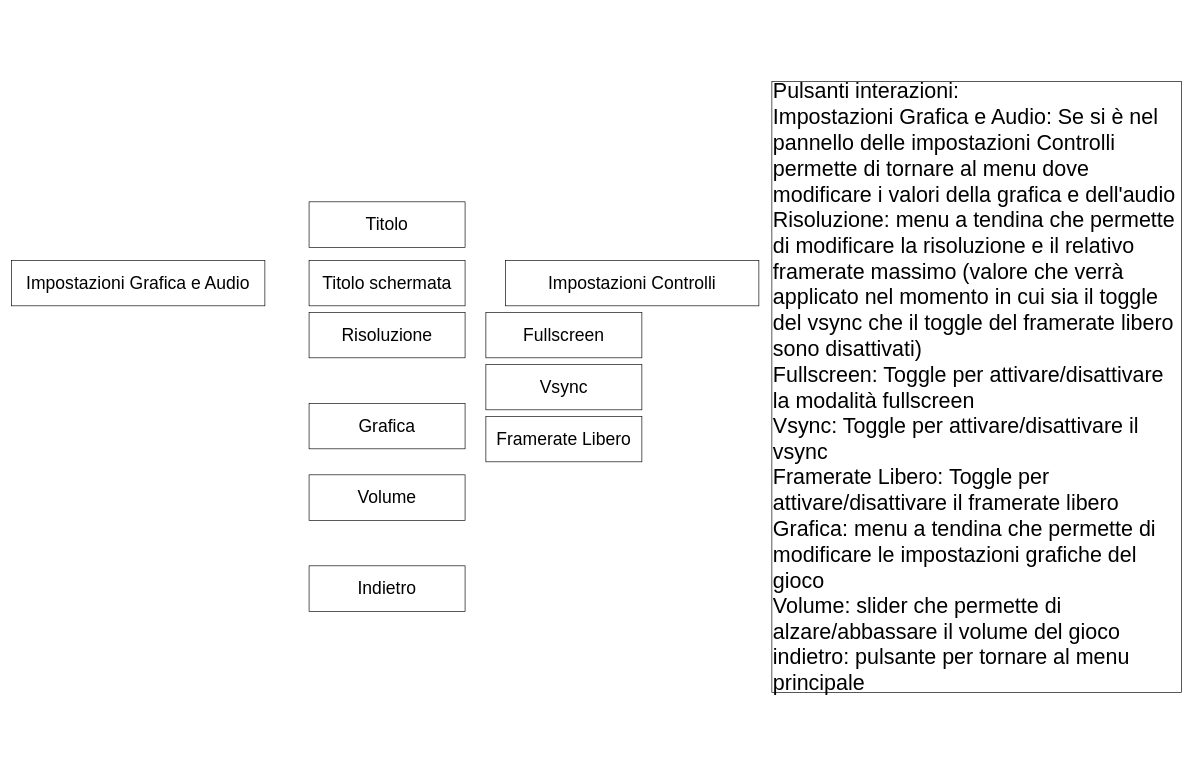
zSavT/Healthy-Catering keeps this draw.io diagram as doc/Progetti Drawio/StoryboardMenuOpzioni.drawio. Above is the earlier version. Source tidied: cells renumbered, new cells numbered last; positions are measured from the earlier drawing's top-left corner, leaving out a move shared by most shapes. Both pictures are drawn from the tidied source at 65%, with x=0, y=0 at pixel (11, 81).
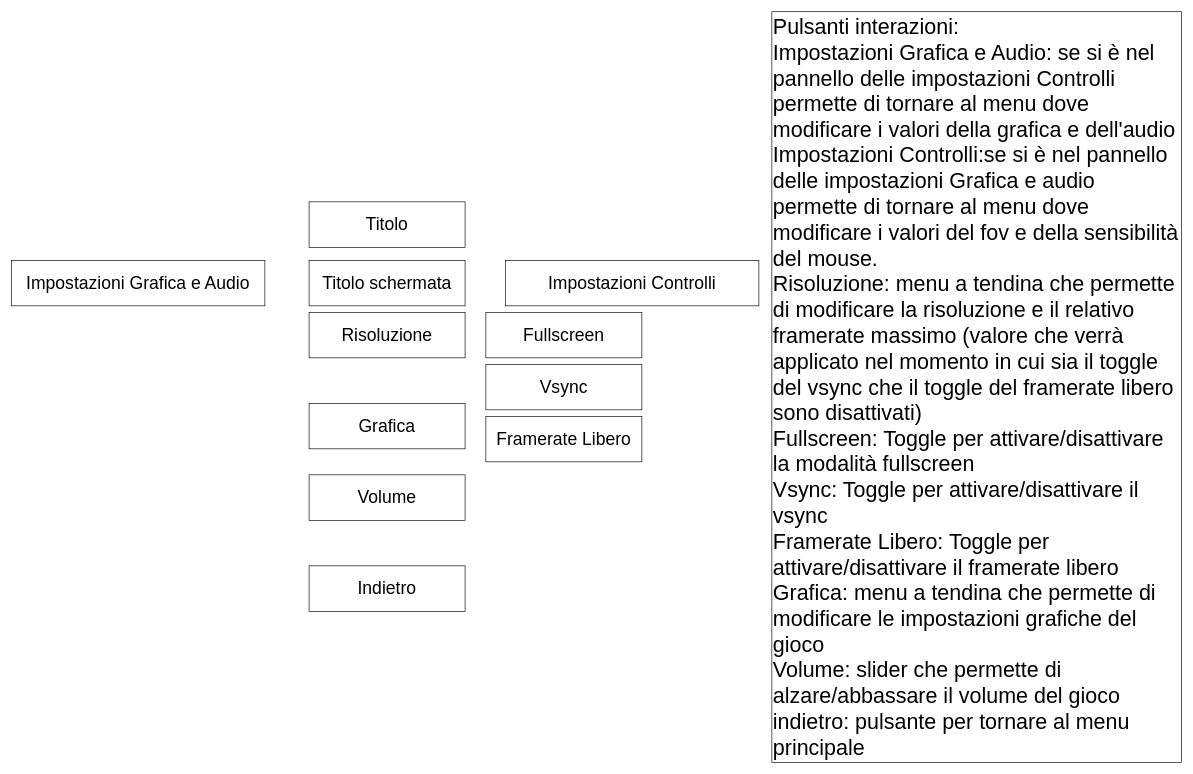
After the change.

Commit message (it also covers changes not shown here):
aggiunto storyboard menu opzioni (Controlli)

Change to the diagram source:
```diff
@@
 <mxGraphModel>
   <root>
     <mxCell id="0" />
     <mxCell id="1" parent="0" />
     <mxCell id="2" value="Impostazioni Grafica e Audio" style="rounded=0;whiteSpace=wrap;html=1;fontSize=27;" parent="1" vertex="1">
       <mxGeometry y="275" width="390" height="70" as="geometry" />
     </mxCell>
     <mxCell id="3" value="Risoluzione" style="rounded=0;whiteSpace=wrap;html=1;fontSize=27;" parent="1" vertex="1">
       <mxGeometry x="458" y="355" width="240" height="70" as="geometry" />
     </mxCell>
     <mxCell id="4" value="Grafica&lt;br&gt;" style="rounded=0;whiteSpace=wrap;html=1;fontSize=27;" parent="1" vertex="1">
       <mxGeometry x="458" y="495" width="240" height="70" as="geometry" />
     </mxCell>
     <mxCell id="5" value="Volume" style="rounded=0;whiteSpace=wrap;html=1;fontSize=27;" parent="1" vertex="1">
       <mxGeometry x="458" y="605" width="240" height="70" as="geometry" />
     </mxCell>
     <mxCell id="6" value="Indietro" style="rounded=0;whiteSpace=wrap;html=1;fontSize=27;" parent="1" vertex="1">
       <mxGeometry x="458" y="745" width="240" height="70" as="geometry" />
     </mxCell>
-    <mxCell id="7" value="&lt;font style=&quot;font-size: 33px;&quot;&gt;Pulsanti interazioni:&lt;br&gt;Impostazioni Grafica e Audio: Se si è nel pannello delle impostazioni Controlli permette di tornare al menu dove modificare i valori della grafica e dell'audio&lt;br&gt;Risoluzione: menu a tendina che permette di modificare la risoluzione e il relativo framerate massimo (valore che verrà applicato nel momento in cui sia il toggle del vsync che il toggle del framerate libero sono disattivati)&lt;br&gt;Fullscreen: Toggle per attivare/disattivare la modalità fullscreen&lt;br&gt;Vsync: Toggle per attivare/disattivare il vsync&lt;br&gt;Framerate Libero: Toggle per attivare/disattivare il framerate libero&lt;br&gt;Grafica: menu a tendina che permette di modificare le impostazioni grafiche del gioco&lt;br&gt;Volume: slider che permette di alzare/abbassare il volume del gioco&lt;br&gt;indietro: pulsante per tornare al menu principale&lt;br&gt;&lt;/font&gt;" style="rounded=0;whiteSpace=wrap;html=1;fontSize=27;align=left;" parent="1" vertex="1">
-      <mxGeometry x="1170" width="630" height="940" as="geometry" />
+    <mxCell id="7" value="&lt;font style=&quot;font-size: 33px;&quot;&gt;Pulsanti interazioni:&lt;br&gt;Impostazioni Grafica e Audio: se si è nel pannello delle impostazioni Controlli permette di tornare al menu dove modificare i valori della grafica e dell'audio&lt;br&gt;Impostazioni Controlli:se si è nel pannello delle impostazioni Grafica e audio permette di tornare al menu dove modificare i valori del fov e della sensibilità del mouse.&lt;br&gt;Risoluzione: menu a tendina che permette di modificare la risoluzione e il relativo framerate massimo (valore che verrà applicato nel momento in cui sia il toggle del vsync che il toggle del framerate libero sono disattivati)&lt;br&gt;Fullscreen: Toggle per attivare/disattivare la modalità fullscreen&lt;br&gt;Vsync: Toggle per attivare/disattivare il vsync&lt;br&gt;Framerate Libero: Toggle per attivare/disattivare il framerate libero&lt;br&gt;Grafica: menu a tendina che permette di modificare le impostazioni grafiche del gioco&lt;br&gt;Volume: slider che permette di alzare/abbassare il volume del gioco&lt;br&gt;indietro: pulsante per tornare al menu principale&lt;br&gt;&lt;/font&gt;" style="rounded=0;whiteSpace=wrap;html=1;fontSize=27;align=left;" parent="1" vertex="1">
+      <mxGeometry x="1170" y="-107.5" width="630" height="1155" as="geometry" />
     </mxCell>
     <mxCell id="8" value="Titolo" style="rounded=0;whiteSpace=wrap;html=1;fontSize=27;" parent="1" vertex="1">
       <mxGeometry x="458" y="185" width="240" height="70" as="geometry" />
     </mxCell>
     <mxCell id="9" value="Titolo schermata" style="rounded=0;whiteSpace=wrap;html=1;fontSize=27;" parent="1" vertex="1">
       <mxGeometry x="458" y="275" width="240" height="70" as="geometry" />
     </mxCell>
     <mxCell id="10" value="Impostazioni Controlli" style="rounded=0;whiteSpace=wrap;html=1;fontSize=27;" parent="1" vertex="1">
       <mxGeometry x="760" y="275" width="390" height="70" as="geometry" />
     </mxCell>
     <mxCell id="11" value="Fullscreen" style="rounded=0;whiteSpace=wrap;html=1;fontSize=27;" parent="1" vertex="1">
       <mxGeometry x="730" y="355" width="240" height="70" as="geometry" />
     </mxCell>
     <mxCell id="12" value="Vsync" style="rounded=0;whiteSpace=wrap;html=1;fontSize=27;" parent="1" vertex="1">
       <mxGeometry x="730" y="435" width="240" height="70" as="geometry" />
     </mxCell>
     <mxCell id="13" value="Framerate Libero" style="rounded=0;whiteSpace=wrap;html=1;fontSize=27;" parent="1" vertex="1">
       <mxGeometry x="730" y="515" width="240" height="70" as="geometry" />
     </mxCell>
   </root>
 </mxGraphModel>
```
